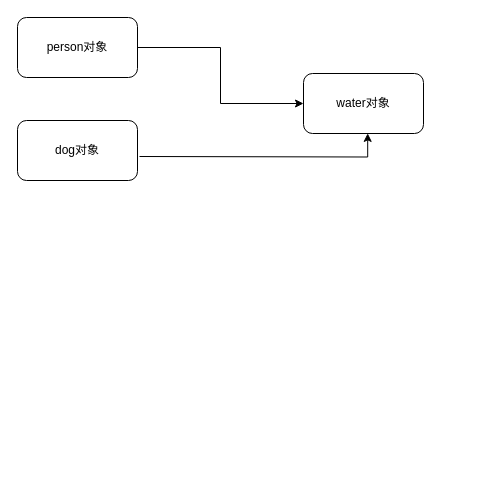
Earlier version of the draw.io diagram page "第 12 页" (12 of 12) of adnir.drawio (LittleY98/Draw_Repository). Source tidied: cells renumbered, new cells numbered last; positions are measured from the earlier drawing's top-left corner, leaving out a move shared by most shapes. Both pictures are drawn from the tidied source at 100%, with x=0, y=0 at pixel (17, 17).
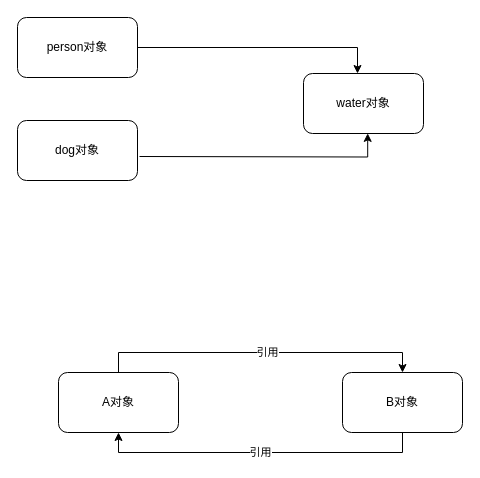
The same diagram, later.

The edit, as a diff of the source:
```diff
@@
 <mxGraphModel>
   <root>
     <mxCell id="0" />
     <mxCell id="1" parent="0" />
     <mxCell id="2" value="water对象" style="rounded=1;whiteSpace=wrap;html=1;" parent="1" vertex="1">
       <mxGeometry x="286" y="56" width="120" height="60" as="geometry" />
     </mxCell>
-    <mxCell id="3" style="edgeStyle=orthogonalEdgeStyle;rounded=0;jettySize=auto;html=1;entryX=0;entryY=0.5;entryDx=0;entryDy=0;" parent="1" edge="1" source="4" target="2">
-      <mxGeometry relative="1" as="geometry" />
+    <mxCell id="3" style="edgeStyle=orthogonalEdgeStyle;rounded=0;jettySize=auto;html=1;" parent="1" edge="1" source="4" target="2">
+      <mxGeometry relative="1" as="geometry">
+        <Array as="points">
+          <mxPoint x="340" y="30" />
+        </Array>
+      </mxGeometry>
     </mxCell>
     <mxCell id="4" value="person对象" style="rounded=1;whiteSpace=wrap;html=1;" parent="1" vertex="1">
       <mxGeometry width="120" height="60" as="geometry" />
     </mxCell>
     <mxCell id="5" style="edgeStyle=orthogonalEdgeStyle;rounded=0;jettySize=auto;html=1;entryX=0.535;entryY=0.998;entryDx=0;entryDy=0;exitX=1;exitY=0.5;exitDx=0;exitDy=0;entryPerimeter=0;" parent="1" edge="1" target="2">
       <mxGeometry relative="1" as="geometry">
         <mxPoint x="122" y="139" as="sourcePoint" />
       </mxGeometry>
     </mxCell>
     <mxCell id="6" value="dog对象" style="rounded=1;whiteSpace=wrap;html=1;" parent="1" vertex="1">
       <mxGeometry y="103" width="120" height="60" as="geometry" />
     </mxCell>
+    <mxCell id="7" style="edgeStyle=orthogonalEdgeStyle;rounded=0;jettySize=auto;html=1;entryX=0.5;entryY=0;entryDx=0;entryDy=0;" parent="1" edge="1" source="9" target="11">
+      <mxGeometry relative="1" as="geometry">
+        <Array as="points">
+          <mxPoint x="101" y="335" />
+          <mxPoint x="385" y="335" />
+        </Array>
+      </mxGeometry>
+    </mxCell>
+    <mxCell id="8" value="引用" style="edgeLabel;html=1;align=center;verticalAlign=middle;" parent="7" vertex="1">
+      <mxGeometry x="0.04" y="1" relative="1" as="geometry" />
+    </mxCell>
+    <mxCell id="9" value="A对象" style="rounded=1;whiteSpace=wrap;html=1;" parent="1" vertex="1">
+      <mxGeometry x="41" y="355" width="120" height="60" as="geometry" />
+    </mxCell>
+    <mxCell id="10" value="引用" style="edgeStyle=orthogonalEdgeStyle;rounded=0;jettySize=auto;html=1;entryX=0.5;entryY=1;entryDx=0;entryDy=0;" parent="1" edge="1" source="11" target="9">
+      <mxGeometry relative="1" as="geometry">
+        <Array as="points">
+          <mxPoint x="385" y="435" />
+          <mxPoint x="101" y="435" />
+        </Array>
+      </mxGeometry>
+    </mxCell>
+    <mxCell id="11" value="B对象" style="rounded=1;whiteSpace=wrap;html=1;" parent="1" vertex="1">
+      <mxGeometry x="325" y="355" width="120" height="60" as="geometry" />
+    </mxCell>
   </root>
 </mxGraphModel>
```
